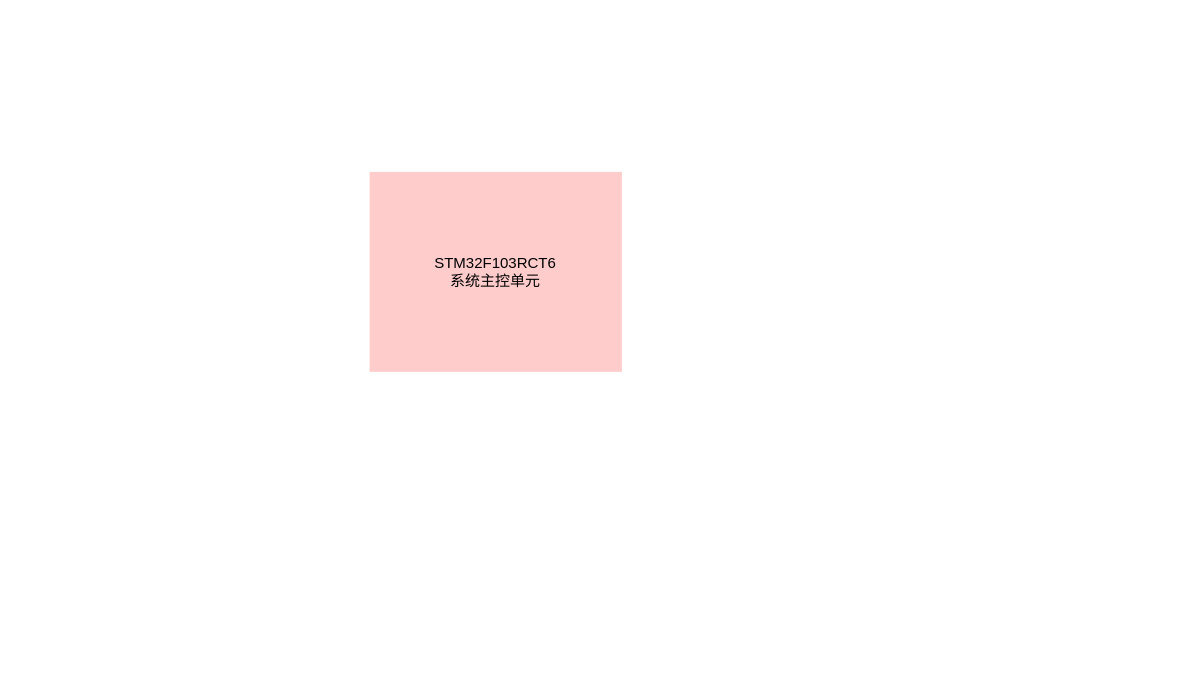
Before: 养虾试验池项目.drawio in zjh6607476/drawing, a draw.io diagram. Source tidied: cells renumbered, new cells numbered last; positions are measured from the earlier drawing's top-left corner, leaving out a move shared by most shapes. Both pictures are drawn from the tidied source at 125%, with x=0, y=0 at pixel (369, 171).
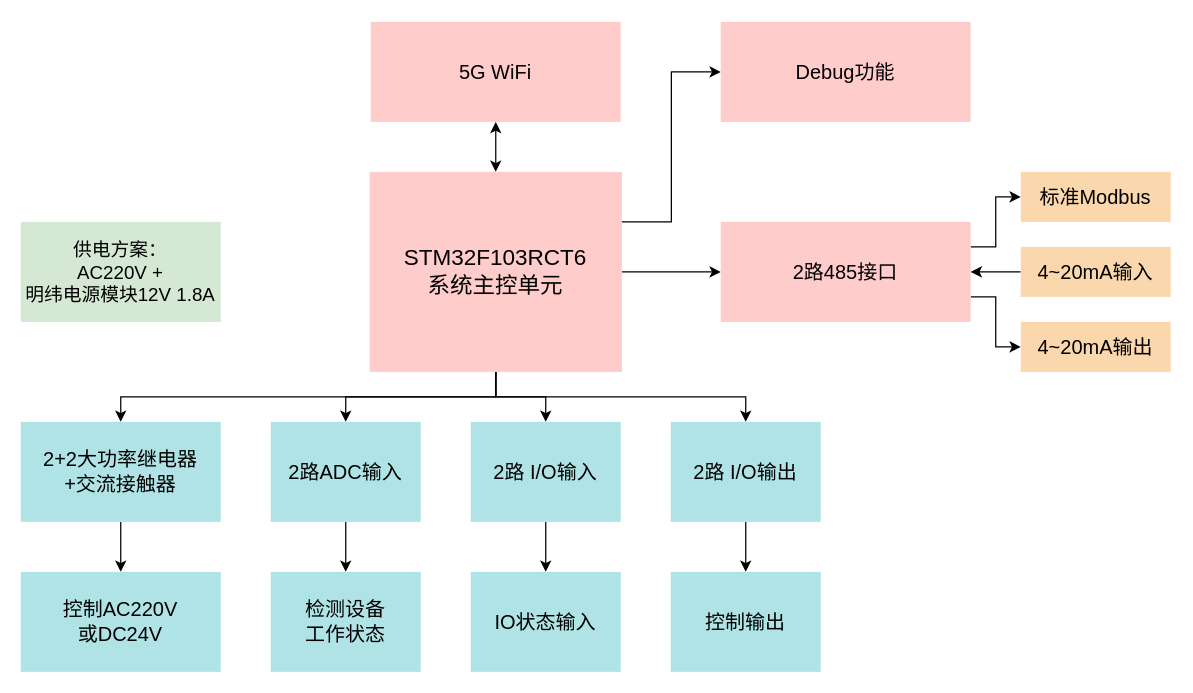
After the change.

Commit message:
更新养虾试验池项目.drawio

The edit, as a diff of the source:
```diff
@@
+    <mxCell id="3" style="edgeStyle=orthogonalEdgeStyle;rounded=0;jettySize=auto;html=1;fontSize=16;" parent="1" edge="1" source="2" target="23">
+      <mxGeometry relative="1" as="geometry" />
+    </mxCell>
+    <mxCell id="4" style="edgeStyle=orthogonalEdgeStyle;rounded=0;jettySize=auto;html=1;exitX=1;exitY=0.25;exitDx=0;exitDy=0;entryX=0;entryY=0.5;entryDx=0;entryDy=0;fontSize=16;" parent="1" edge="1" source="2" target="27">
+      <mxGeometry relative="1" as="geometry" />
+    </mxCell>
+    <mxCell id="5" style="edgeStyle=orthogonalEdgeStyle;rounded=0;jettySize=auto;html=1;exitX=0.5;exitY=1;exitDx=0;exitDy=0;fontSize=16;" parent="1" edge="1" source="2" target="13">
+      <mxGeometry relative="1" as="geometry" />
+    </mxCell>
+    <mxCell id="6" style="edgeStyle=orthogonalEdgeStyle;rounded=0;jettySize=auto;html=1;exitX=0.5;exitY=1;exitDx=0;exitDy=0;fontSize=16;" parent="1" edge="1" source="2" target="15">
+      <mxGeometry relative="1" as="geometry" />
+    </mxCell>
+    <mxCell id="7" style="edgeStyle=orthogonalEdgeStyle;rounded=0;jettySize=auto;html=1;exitX=0.5;exitY=1;exitDx=0;exitDy=0;entryX=0.5;entryY=0;entryDx=0;entryDy=0;fontSize=16;" parent="1" edge="1" source="2" target="17">
+      <mxGeometry relative="1" as="geometry" />
+    </mxCell>
+    <mxCell id="8" style="edgeStyle=orthogonalEdgeStyle;rounded=0;jettySize=auto;html=1;exitX=0.5;exitY=1;exitDx=0;exitDy=0;fontSize=16;" parent="1" edge="1" source="2" target="19">
+      <mxGeometry relative="1" as="geometry" />
+    </mxCell>
+    <mxCell id="9" style="edgeStyle=orthogonalEdgeStyle;rounded=0;jettySize=auto;html=1;exitX=0.5;exitY=0;exitDx=0;exitDy=0;entryX=0.5;entryY=1;entryDx=0;entryDy=0;fontSize=16;startArrow=classic;startFill=1;" parent="1" edge="1" source="2" target="10">
+      <mxGeometry relative="1" as="geometry" />
+    </mxCell>
-    <mxCell id="2" value="STM32F103RCT6&lt;br&gt;系统主控单元" style="rounded=0;whiteSpace=wrap;html=1;shadow=0;fillColor=#ffcccc;strokeColor=none;" parent="1" vertex="1">
+    <mxCell id="2" value="&lt;font style=&quot;font-size: 18px&quot;&gt;STM32F103RCT6&lt;br&gt;系统主控单元&lt;/font&gt;" style="rounded=0;whiteSpace=wrap;html=1;shadow=0;fillColor=#ffcccc;strokeColor=none;" parent="1" vertex="1">
       <mxGeometry x="0.2" width="201.8" height="160" as="geometry" />
     </mxCell>
+    <mxCell id="10" value="5G WiFi" style="rounded=0;whiteSpace=wrap;html=1;shadow=0;fillColor=#ffcccc;strokeColor=none;fontSize=16;" parent="1" vertex="1">
+      <mxGeometry x="1.1" y="-120" width="200" height="80" as="geometry" />
+    </mxCell>
+    <mxCell id="11" value="供电方案：&lt;br style=&quot;font-size: 15px&quot;&gt;AC220V + &lt;br&gt;明纬电源模块12V 1.8A" style="rounded=0;whiteSpace=wrap;html=1;shadow=0;fillColor=#d5e8d4;strokeColor=none;fontSize=15;" parent="1" vertex="1">
+      <mxGeometry x="-278.9" y="40" width="160" height="80" as="geometry" />
+    </mxCell>
+    <mxCell id="12" style="edgeStyle=orthogonalEdgeStyle;rounded=0;jettySize=auto;html=1;exitX=0.5;exitY=1;exitDx=0;exitDy=0;entryX=0.5;entryY=0;entryDx=0;entryDy=0;startArrow=none;startFill=0;endArrow=classic;endFill=1;fontSize=16;" parent="1" edge="1" source="13" target="28">
+      <mxGeometry relative="1" as="geometry" />
+    </mxCell>
+    <mxCell id="13" value="2+2大功率继电器&lt;br&gt;+交流接触器" style="rounded=0;whiteSpace=wrap;html=1;shadow=0;fillColor=#b0e3e6;strokeColor=none;fontSize=16;" parent="1" vertex="1">
+      <mxGeometry x="-278.9" y="200" width="160" height="80" as="geometry" />
+    </mxCell>
+    <mxCell id="14" style="edgeStyle=orthogonalEdgeStyle;rounded=0;jettySize=auto;html=1;exitX=0.5;exitY=1;exitDx=0;exitDy=0;entryX=0.5;entryY=0;entryDx=0;entryDy=0;startArrow=none;startFill=0;endArrow=classic;endFill=1;fontSize=16;" parent="1" edge="1" source="15" target="29">
+      <mxGeometry relative="1" as="geometry" />
+    </mxCell>
+    <mxCell id="15" value="2路ADC输入" style="rounded=0;whiteSpace=wrap;html=1;shadow=0;fillColor=#b0e3e6;strokeColor=none;fontSize=16;" parent="1" vertex="1">
+      <mxGeometry x="-78.9" y="200" width="120" height="80" as="geometry" />
+    </mxCell>
+    <mxCell id="16" style="edgeStyle=orthogonalEdgeStyle;rounded=0;jettySize=auto;html=1;startArrow=none;startFill=0;endArrow=classic;endFill=1;fontSize=16;" parent="1" edge="1" source="17" target="30">
+      <mxGeometry relative="1" as="geometry" />
+    </mxCell>
+    <mxCell id="17" value="2路 I/O输入" style="rounded=0;whiteSpace=wrap;html=1;shadow=0;fillColor=#b0e3e6;strokeColor=none;fontSize=16;" parent="1" vertex="1">
+      <mxGeometry x="81.1" y="200" width="120" height="80" as="geometry" />
+    </mxCell>
+    <mxCell id="18" style="edgeStyle=orthogonalEdgeStyle;rounded=0;jettySize=auto;html=1;startArrow=none;startFill=0;endArrow=classic;endFill=1;fontSize=16;" parent="1" edge="1" source="19" target="31">
+      <mxGeometry relative="1" as="geometry" />
+    </mxCell>
+    <mxCell id="19" value="2路 I/O输出" style="rounded=0;whiteSpace=wrap;html=1;shadow=0;fillColor=#b0e3e6;strokeColor=none;fontSize=16;" parent="1" vertex="1">
+      <mxGeometry x="241.1" y="200" width="120" height="80" as="geometry" />
+    </mxCell>
+    <mxCell id="20" style="edgeStyle=orthogonalEdgeStyle;rounded=0;jettySize=auto;html=1;exitX=1;exitY=0.25;exitDx=0;exitDy=0;entryX=0;entryY=0.5;entryDx=0;entryDy=0;fontSize=16;" parent="1" edge="1" source="23" target="25">
+      <mxGeometry relative="1" as="geometry" />
+    </mxCell>
+    <mxCell id="21" style="edgeStyle=orthogonalEdgeStyle;rounded=0;jettySize=auto;html=1;fontSize=16;startArrow=classic;startFill=1;endArrow=none;endFill=0;" parent="1" edge="1" source="23" target="24">
+      <mxGeometry relative="1" as="geometry" />
+    </mxCell>
+    <mxCell id="22" style="edgeStyle=orthogonalEdgeStyle;rounded=0;jettySize=auto;html=1;exitX=1;exitY=0.75;exitDx=0;exitDy=0;fontSize=16;" parent="1" edge="1" source="23" target="26">
+      <mxGeometry relative="1" as="geometry" />
+    </mxCell>
+    <mxCell id="23" value="2路485接口" style="rounded=0;whiteSpace=wrap;html=1;shadow=0;fillColor=#ffcccc;strokeColor=none;fontSize=16;" parent="1" vertex="1">
+      <mxGeometry x="281.1" y="40" width="200" height="80" as="geometry" />
+    </mxCell>
+    <mxCell id="24" value="4~20mA输入" style="rounded=0;whiteSpace=wrap;html=1;shadow=0;fillColor=#fad7ac;strokeColor=none;fontSize=16;" parent="1" vertex="1">
+      <mxGeometry x="521.1" y="60" width="120" height="40" as="geometry" />
+    </mxCell>
+    <mxCell id="25" value="标准Modbus" style="rounded=0;whiteSpace=wrap;html=1;shadow=0;fillColor=#fad7ac;strokeColor=none;fontSize=16;" parent="1" vertex="1">
+      <mxGeometry x="521.1" width="120" height="40" as="geometry" />
+    </mxCell>
+    <mxCell id="26" value="4~20mA输出&lt;br&gt;" style="rounded=0;whiteSpace=wrap;html=1;shadow=0;fillColor=#fad7ac;strokeColor=none;fontSize=16;" parent="1" vertex="1">
+      <mxGeometry x="521.1" y="120" width="120" height="40" as="geometry" />
+    </mxCell>
+    <mxCell id="27" value="Debug功能&lt;br&gt;" style="rounded=0;whiteSpace=wrap;html=1;shadow=0;fillColor=#ffcccc;strokeColor=none;fontSize=16;" parent="1" vertex="1">
+      <mxGeometry x="281.1" y="-120" width="200" height="80" as="geometry" />
+    </mxCell>
+    <mxCell id="28" value="控制AC220V&lt;br&gt;或DC24V" style="rounded=0;whiteSpace=wrap;html=1;shadow=0;fillColor=#b0e3e6;strokeColor=none;fontSize=16;" parent="1" vertex="1">
+      <mxGeometry x="-278.9" y="320" width="160" height="80" as="geometry" />
+    </mxCell>
+    <mxCell id="29" value="检测设备&lt;br&gt;工作状态" style="rounded=0;whiteSpace=wrap;html=1;shadow=0;fillColor=#b0e3e6;strokeColor=none;fontSize=16;" parent="1" vertex="1">
+      <mxGeometry x="-78.9" y="320" width="120" height="80" as="geometry" />
+    </mxCell>
+    <mxCell id="30" value="IO状态输入" style="rounded=0;whiteSpace=wrap;html=1;shadow=0;fillColor=#b0e3e6;strokeColor=none;fontSize=16;" parent="1" vertex="1">
+      <mxGeometry x="81.1" y="320" width="120" height="80" as="geometry" />
+    </mxCell>
+    <mxCell id="31" value="控制输出" style="rounded=0;whiteSpace=wrap;html=1;shadow=0;fillColor=#b0e3e6;strokeColor=none;fontSize=16;" parent="1" vertex="1">
+      <mxGeometry x="241.1" y="320" width="120" height="80" as="geometry" />
+    </mxCell>
```
